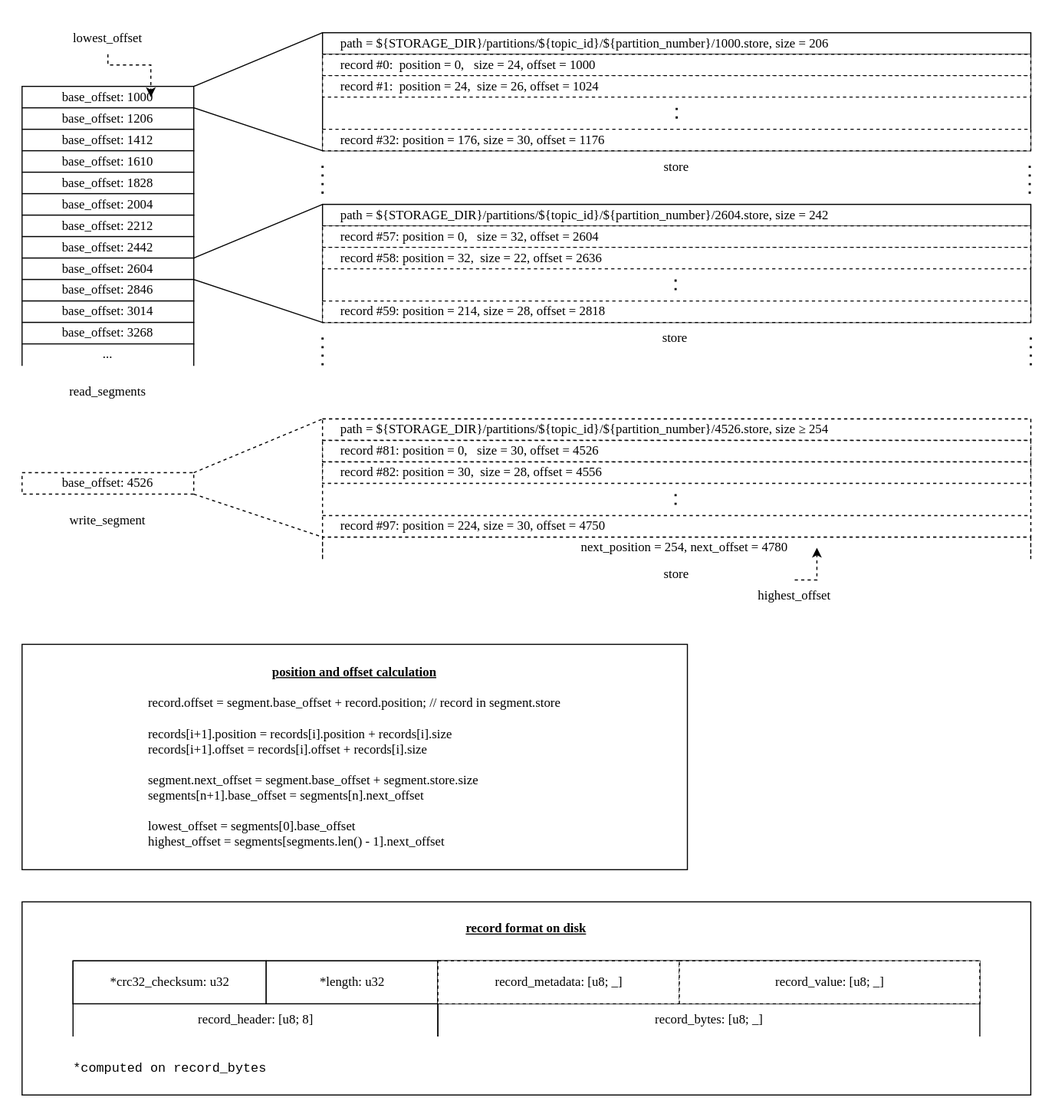
Before: assets/diagrams/laminarmq-segmented-log.svg, a diagram exported from draw.io (arindas/laminarmq). Source tidied: cells renumbered, new cells last; positions are measured from the earlier drawing's top-left corner, leaving out a move shared by most shapes.
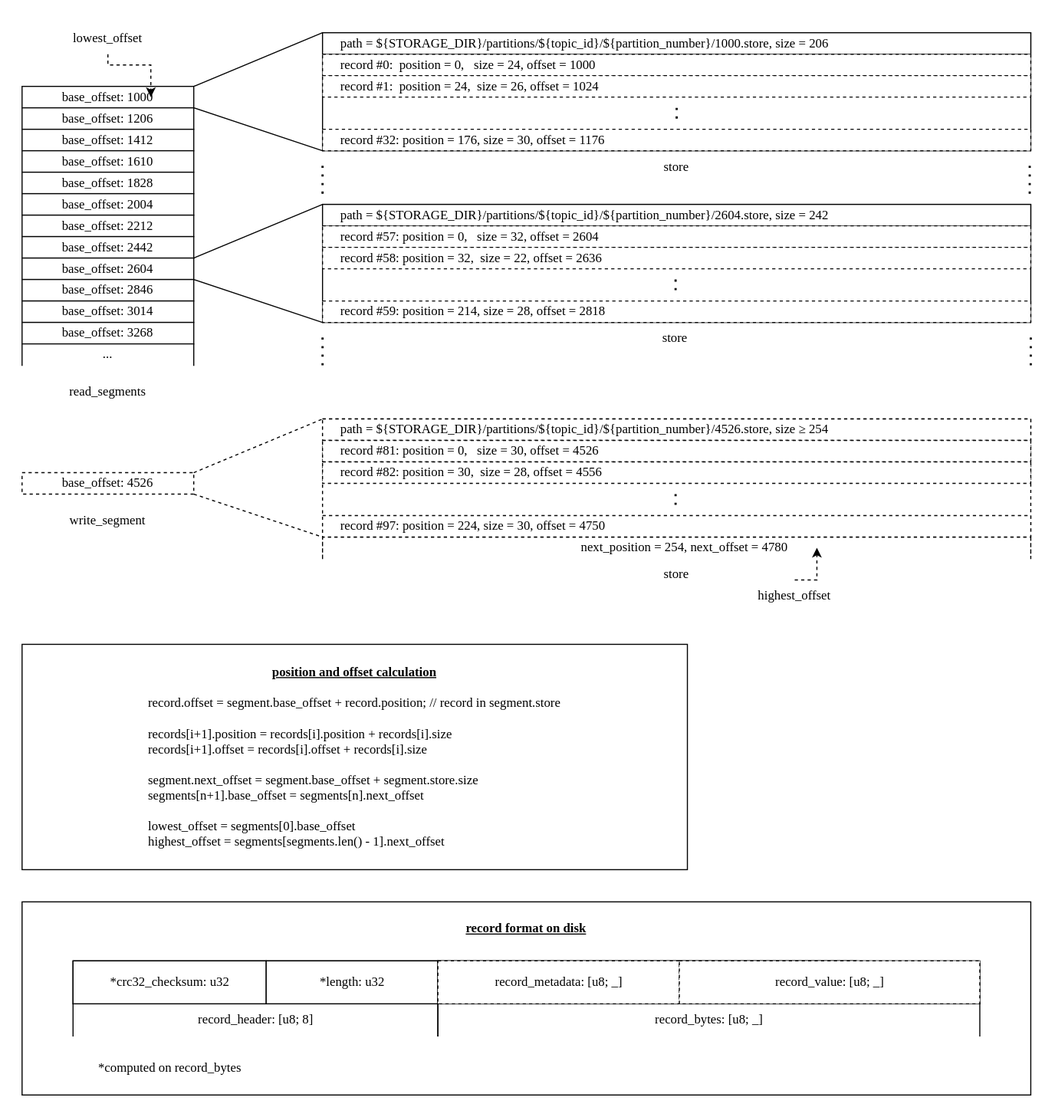
The same file after the commit.

The edit, as a diff of the source:
```diff
@@ -217,7 +217,7 @@
     <mxCell id="64" value="record_bytes: [u8; _]" style="shape=partialRectangle;whiteSpace=wrap;html=1;bottom=0;top=0;fillColor=none;fontFamily=JetBrains Mono;fontSize=12;fontSource=https%3A%2F%2Ffonts.googleapis.com%2Fcss%3Ffamily%3DJetBrains%2BMono;" parent="1" vertex="1">
       <mxGeometry x="387.5" y="915" width="505" height="30" as="geometry" />
     </mxCell>
-    <mxCell id="65" value="&lt;font face=&quot;Courier New&quot;&gt;*computed on record_bytes&lt;/font&gt;" style="text;html=1;strokeColor=none;fillColor=none;align=center;verticalAlign=middle;whiteSpace=wrap;rounded=0;fontFamily=JetBrains Mono;fontSource=https%3A%2F%2Ffonts.googleapis.com%2Fcss%3Ffamily%3DJetBrains%2BMono;" parent="1" vertex="1">
+    <mxCell id="65" value="*computed on record_bytes" style="text;html=1;strokeColor=none;fillColor=none;align=center;verticalAlign=middle;whiteSpace=wrap;rounded=0;fontFamily=JetBrains Mono;fontSource=https%3A%2F%2Ffonts.googleapis.com%2Fcss%3Ffamily%3DJetBrains%2BMono;" parent="1" vertex="1">
       <mxGeometry x="17.5" y="960" width="240" height="30" as="geometry" />
     </mxCell>
   </root>
```
